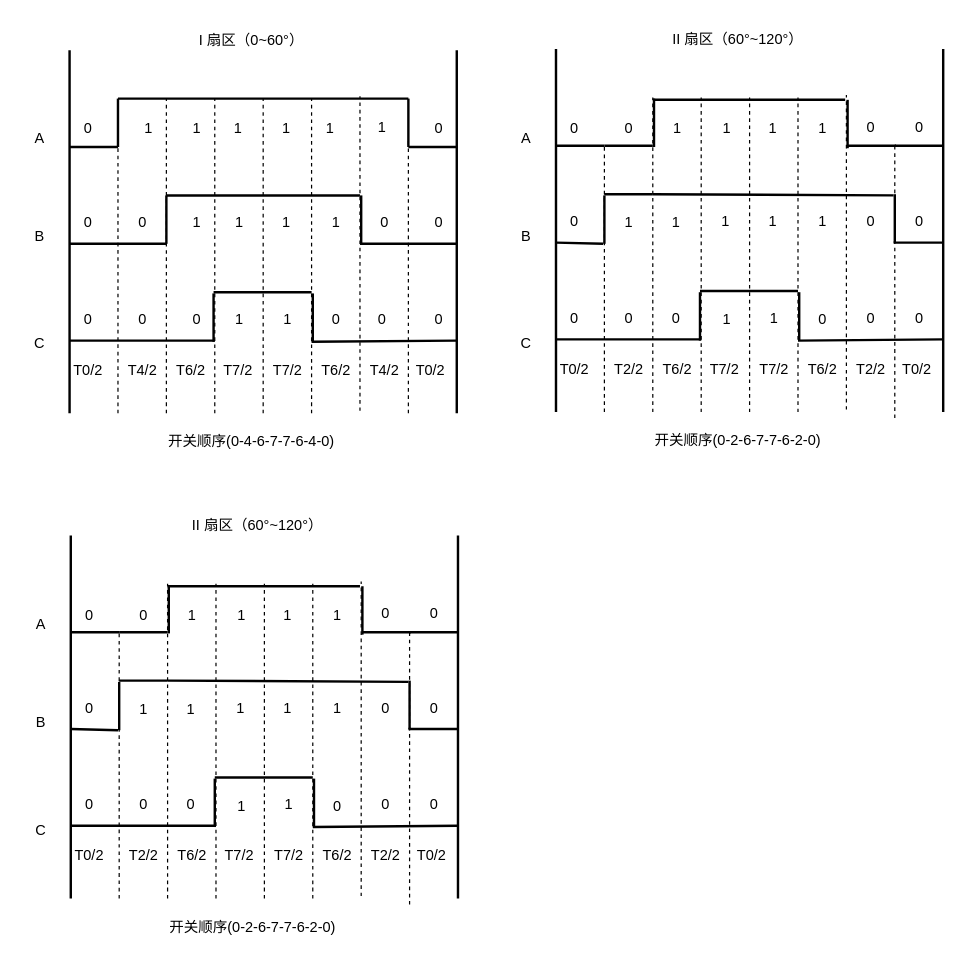
Before: page "SVPWM 开关时序" (3 of 3) of SVPWM 脉冲调制.drawio in Vinson-001/Blog-flow-chart, a draw.io diagram. Source tidied: cells renumbered, new cells numbered last; positions are measured from the earlier drawing's top-left corner, leaving out a move shared by most shapes. Both pictures are drawn from the tidied source at 121%, with x=0, y=0 at pixel (21, 21).
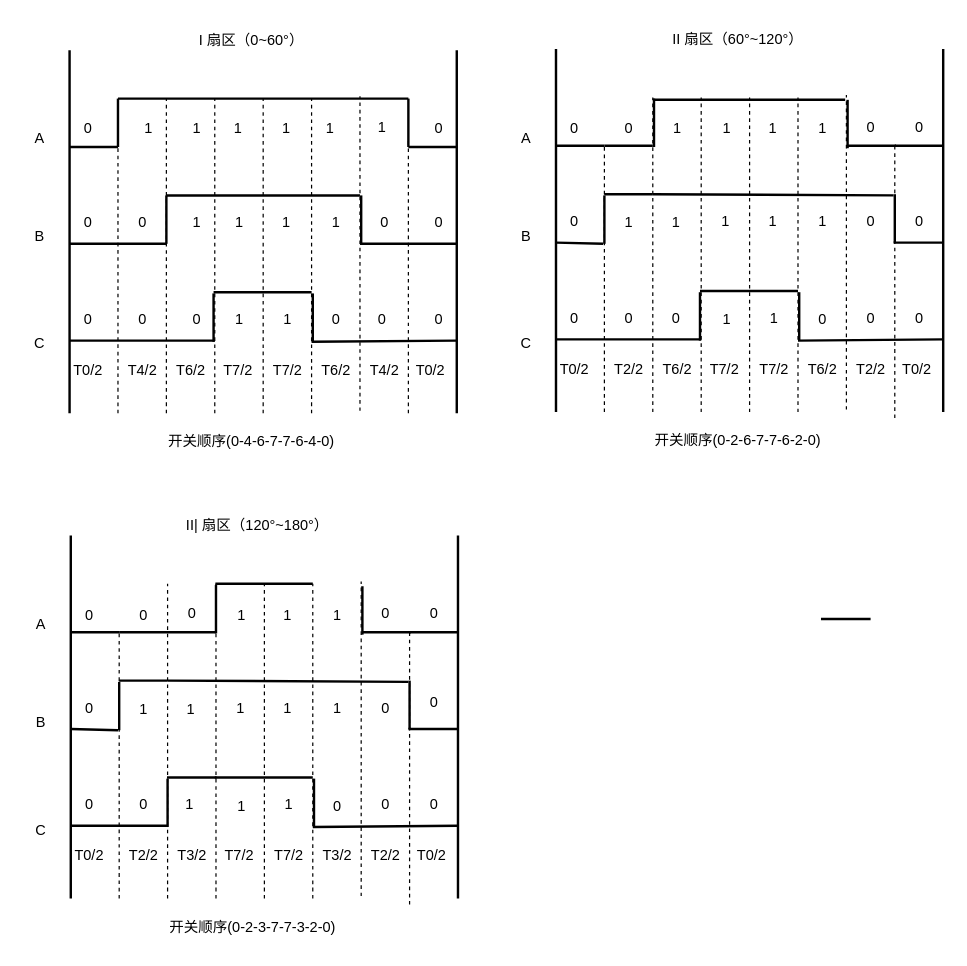
Above is the later version.

Commit message (it also covers changes not shown here):
更新SVPWM 脉冲调制.drawio

Change to the diagram source:
```diff
@@
     <mxCell id="138" style="endArrow=none;html=1;rounded=0;curved=1;strokeWidth=2;" parent="1" edge="1">
       <mxGeometry relative="1" as="geometry">
         <mxPoint x="41" y="665" as="sourcePoint" />
-        <mxPoint x="161" y="665" as="targetPoint" />
+        <mxPoint x="121" y="665" as="targetPoint" />
       </mxGeometry>
     </mxCell>
@@
-    <mxCell id="144" value="0" style="text;html=1;align=center;verticalAlign=middle;strokeColor=none;fillColor=none;" parent="1" vertex="1">
-      <mxGeometry x="125" y="633" width="30" height="30" as="geometry" />
+    <mxCell id="144" value="1" style="text;html=1;align=center;verticalAlign=middle;strokeColor=none;fillColor=none;" parent="1" vertex="1">
+      <mxGeometry x="124" y="633" width="30" height="30" as="geometry" />
     </mxCell>
@@
     <mxCell id="146" style="endArrow=none;html=1;rounded=0;curved=1;strokeWidth=2;" parent="1" edge="1">
       <mxGeometry relative="1" as="geometry">
-        <mxPoint x="160" y="666" as="sourcePoint" />
-        <mxPoint x="160" y="626" as="targetPoint" />
+        <mxPoint x="121" y="666" as="sourcePoint" />
+        <mxPoint x="121" y="626" as="targetPoint" />
       </mxGeometry>
     </mxCell>
@@
     <mxCell id="157" value="0" style="text;html=1;align=center;verticalAlign=middle;strokeColor=none;fillColor=none;" parent="1" vertex="1">
-      <mxGeometry x="326" y="553" width="30" height="30" as="geometry" />
+      <mxGeometry x="326" y="548" width="30" height="30" as="geometry" />
     </mxCell>
@@
-    <mxCell id="164" value="T6/2" style="text;html=1;align=center;verticalAlign=middle;strokeColor=none;fillColor=none;" parent="1" vertex="1">
+    <mxCell id="164" value="T3/2" style="text;html=1;align=center;verticalAlign=middle;strokeColor=none;fillColor=none;" parent="1" vertex="1">
       <mxGeometry x="116" y="675" width="50" height="30" as="geometry" />
     </mxCell>
@@
-    <mxCell id="167" value="T6/2" style="text;html=1;align=center;verticalAlign=middle;strokeColor=none;fillColor=none;" parent="1" vertex="1">
+    <mxCell id="167" value="T3/2" style="text;html=1;align=center;verticalAlign=middle;strokeColor=none;fillColor=none;" parent="1" vertex="1">
       <mxGeometry x="236" y="675" width="50" height="30" as="geometry" />
     </mxCell>
@@
-    <mxCell id="177" value="II 扇区（60°~120°）" style="text;html=1;align=center;verticalAlign=middle;strokeColor=none;fillColor=none;" parent="1" vertex="1">
-      <mxGeometry x="130" y="402" width="130" height="30" as="geometry" />
+    <mxCell id="177" value="II| 扇区（120°~180°）" style="text;html=1;align=center;verticalAlign=middle;strokeColor=none;fillColor=none;" parent="1" vertex="1">
+      <mxGeometry x="125" y="402" width="140" height="30" as="geometry" />
     </mxCell>
-    <mxCell id="178" value="开关顺序(0-2-6-7-7-6-2-0)" style="text;html=1;align=center;verticalAlign=middle;strokeColor=none;fillColor=none;" parent="1" vertex="1">
+    <mxCell id="178" value="开关顺序(0-2-3-7-7-3-2-0)" style="text;html=1;align=center;verticalAlign=middle;strokeColor=none;fillColor=none;" parent="1" vertex="1">
       <mxGeometry x="111" y="734" width="160" height="30" as="geometry" />
     </mxCell>
@@
     <mxCell id="181" style="endArrow=none;html=1;rounded=0;curved=1;strokeWidth=2;" parent="1" edge="1">
       <mxGeometry relative="1" as="geometry">
         <mxPoint x="81" y="505" as="sourcePoint" />
-        <mxPoint x="121" y="505" as="targetPoint" />
+        <mxPoint x="161" y="505" as="targetPoint" />
       </mxGeometry>
     </mxCell>
@@
     <mxCell id="183" style="endArrow=none;html=1;rounded=0;curved=1;strokeWidth=2;" parent="1" edge="1">
       <mxGeometry relative="1" as="geometry">
-        <mxPoint x="122" y="506" as="sourcePoint" />
-        <mxPoint x="122" y="466" as="targetPoint" />
+        <mxPoint x="161" y="506" as="sourcePoint" />
+        <mxPoint x="161" y="466" as="targetPoint" />
       </mxGeometry>
     </mxCell>
-    <mxCell id="184" style="endArrow=none;html=1;rounded=0;curved=1;strokeWidth=2;" parent="1" edge="1">
-      <mxGeometry relative="1" as="geometry">
-        <mxPoint x="121" y="467" as="sourcePoint" />
-        <mxPoint x="280" y="467" as="targetPoint" />
-      </mxGeometry>
-    </mxCell>
-    <mxCell id="185" value="1" style="text;html=1;align=center;verticalAlign=middle;strokeColor=none;fillColor=none;" parent="1" vertex="1">
-      <mxGeometry x="126" y="476" width="30" height="30" as="geometry" />
+    <mxCell id="185" value="0" style="text;html=1;align=center;verticalAlign=middle;strokeColor=none;fillColor=none;" parent="1" vertex="1">
+      <mxGeometry x="126" y="475" width="30" height="30" as="geometry" />
     </mxCell>
@@
+    <mxCell id="191" style="endArrow=none;html=1;rounded=0;curved=1;strokeWidth=2;" parent="1" edge="1">
+      <mxGeometry relative="1" as="geometry">
+        <mxPoint x="661" y="494" as="sourcePoint" />
+        <mxPoint x="702" y="494" as="targetPoint" />
+      </mxGeometry>
+    </mxCell>
+    <mxCell id="192" style="endArrow=none;html=1;rounded=0;curved=1;strokeWidth=2;" parent="1" edge="1">
+      <mxGeometry relative="1" as="geometry">
+        <mxPoint x="120.5" y="625" as="sourcePoint" />
+        <mxPoint x="161.5" y="625" as="targetPoint" />
+      </mxGeometry>
+    </mxCell>
+    <mxCell id="193" style="endArrow=none;html=1;rounded=0;curved=1;strokeWidth=2;" parent="1" edge="1">
+      <mxGeometry relative="1" as="geometry">
+        <mxPoint x="160.5" y="465" as="sourcePoint" />
+        <mxPoint x="241" y="465" as="targetPoint" />
+      </mxGeometry>
+    </mxCell>
```
